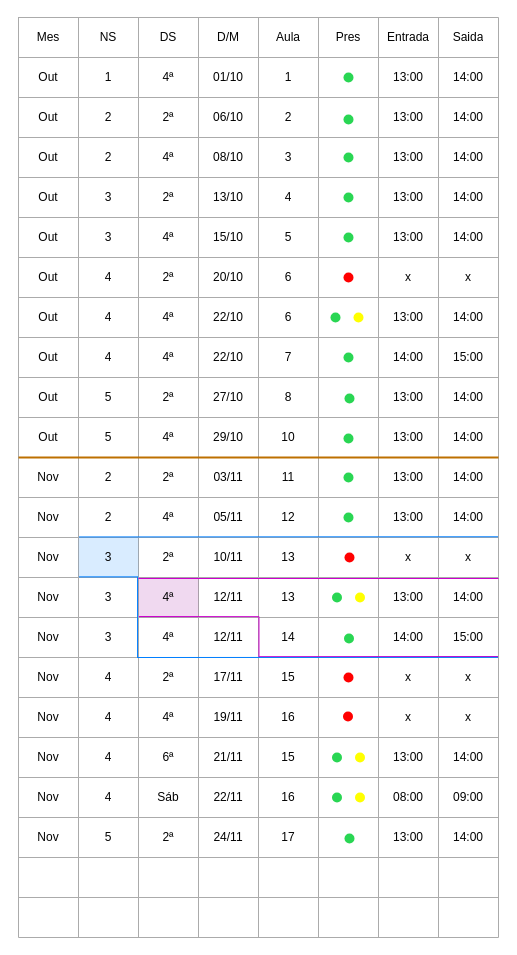
The draw.io diagram page "Prototipo" (1 of 2) of contexto_negocio/telas/Wireframe - Wiztools.drawio in Vitor-rs/Wiz_Tools, before the edit. Source tidied: cells renumbered, new cells numbered last; positions are measured from the earlier drawing's top-left corner, leaving out a move shared by most shapes. Both pictures are drawn from the tidied source at 100%, with x=0, y=0 at pixel (18, 17).
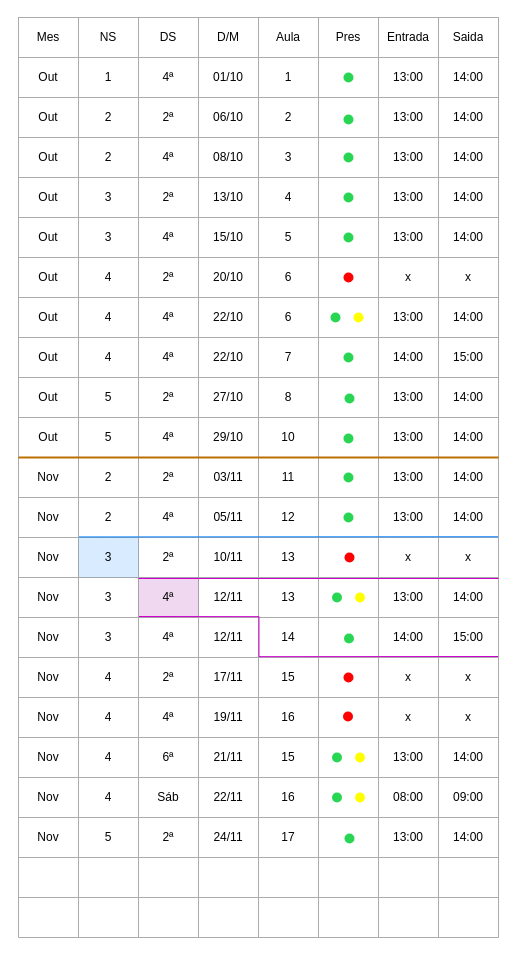
After the change.

Commit message (it also covers changes not shown here):
feat: remover imagens desnecessárias e ajustar propriedades do wireframe

Unchanged cells that the change refers to:
```xml
<mxCell id="2" style="shape=table;startSize=0;childLayout=tableLayout;fixDash=1;fillColor=#FFFFFF;fontColor=#030303;labelBackgroundColor=none;strokeColor=#ABABAB;" parent="1" vertex="1">
  <mxGeometry width="480" height="920" as="geometry" />
</mxCell>
<mxCell id="120" style="shape=tableRow;horizontal=0;startSize=0;swimlaneHead=0;swimlaneBody=0;strokeColor=inherit;top=0;left=0;bottom=0;right=0;fillColor=none;points=[[0,0.5],[1,0.5]];portConstraint=eastwest;fontColor=#030303;" parent="2" vertex="1">
  <mxGeometry y="520" width="480" height="40" as="geometry" />
</mxCell>
<mxCell id="129" style="shape=tableRow;horizontal=0;startSize=0;swimlaneHead=0;swimlaneBody=0;strokeColor=inherit;top=0;left=0;bottom=0;right=0;fillColor=none;points=[[0,0.5],[1,0.5]];portConstraint=eastwest;fontColor=#030303;" parent="2" vertex="1">
  <mxGeometry y="560" width="480" height="40" as="geometry" />
</mxCell>
<mxCell id="147" style="shape=tableRow;horizontal=0;startSize=0;swimlaneHead=0;swimlaneBody=0;strokeColor=inherit;top=0;left=0;bottom=0;right=0;fillColor=none;points=[[0,0.5],[1,0.5]];portConstraint=eastwest;fontColor=#030303;" parent="2" vertex="1">
  <mxGeometry y="640" width="480" height="40" as="geometry" />
</mxCell>
```

Change to the diagram source:
```diff
@@
-    <mxCell id="214" style="endArrow=none;html=1;strokeColor=#007FFF;fontColor=#030303;exitX=0.126;exitY=0.984;exitDx=0;exitDy=0;exitPerimeter=0;entryX=0.249;entryY=-0.016;entryDx=0;entryDy=0;entryPerimeter=0;" parent="2" edge="1" source="120" target="129">
-      <mxGeometry relative="1" as="geometry" />
-    </mxCell>
-    <mxCell id="215" style="endArrow=none;html=1;strokeColor=#007FFF;fontColor=#030303;exitX=0.248;exitY=-0.016;exitDx=0;exitDy=0;exitPerimeter=0;entryX=0.248;entryY=0.012;entryDx=0;entryDy=0;entryPerimeter=0;" parent="2" edge="1" source="129" target="147">
-      <mxGeometry relative="1" as="geometry" />
-    </mxCell>
-    <mxCell id="216" style="endArrow=none;html=1;strokeColor=#007FFF;fontColor=#030303;exitX=0.248;exitY=0;exitDx=0;exitDy=0;exitPerimeter=0;entryX=0.999;entryY=-0.003;entryDx=0;entryDy=0;entryPerimeter=0;" parent="2" edge="1" source="147" target="147">
-      <mxGeometry relative="1" as="geometry" />
-    </mxCell>
```
